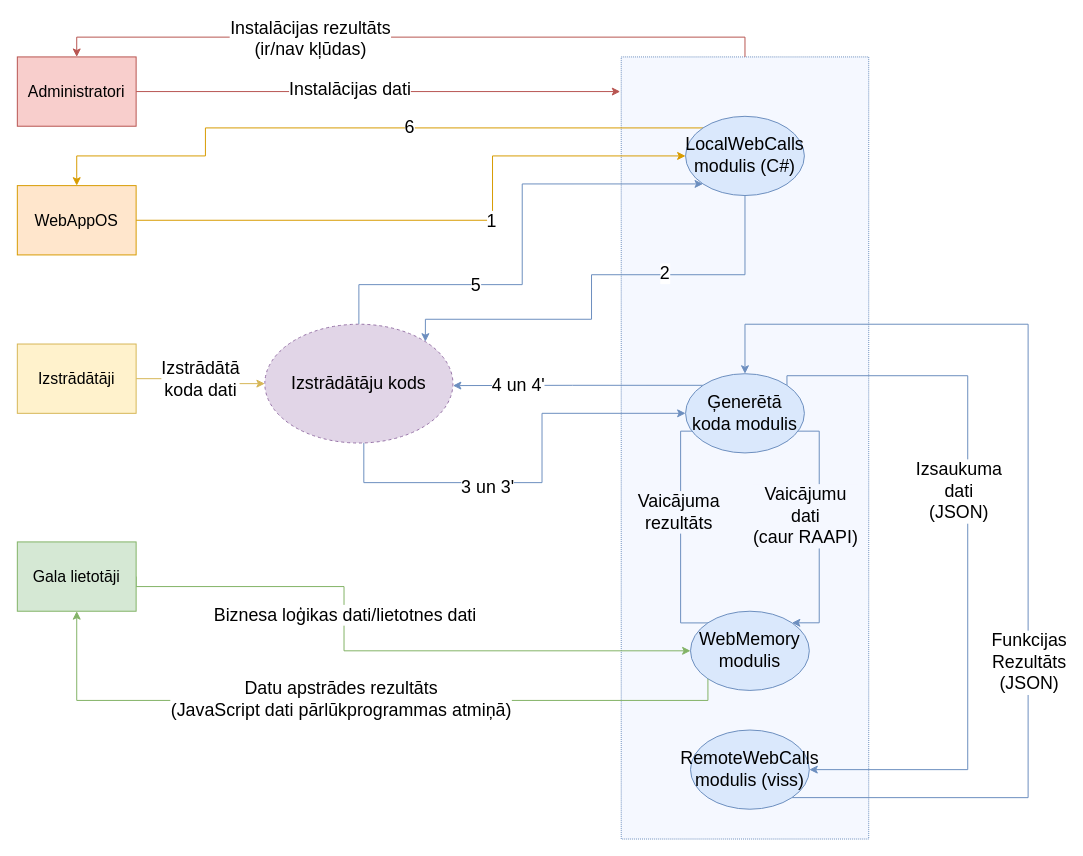
Earlier version of the draw.io diagram page "1. level part 2" (3 of 9) of src/Qualification project/Documentation/Diagrammas/DPD.drawio (artiks12/webAppOS). Source tidied: cells renumbered, new cells numbered last; positions are measured from the earlier drawing's top-left corner, leaving out a move shared by most shapes. Both pictures are drawn from the tidied source at 99%, with x=0, y=0 at pixel (17, 56).
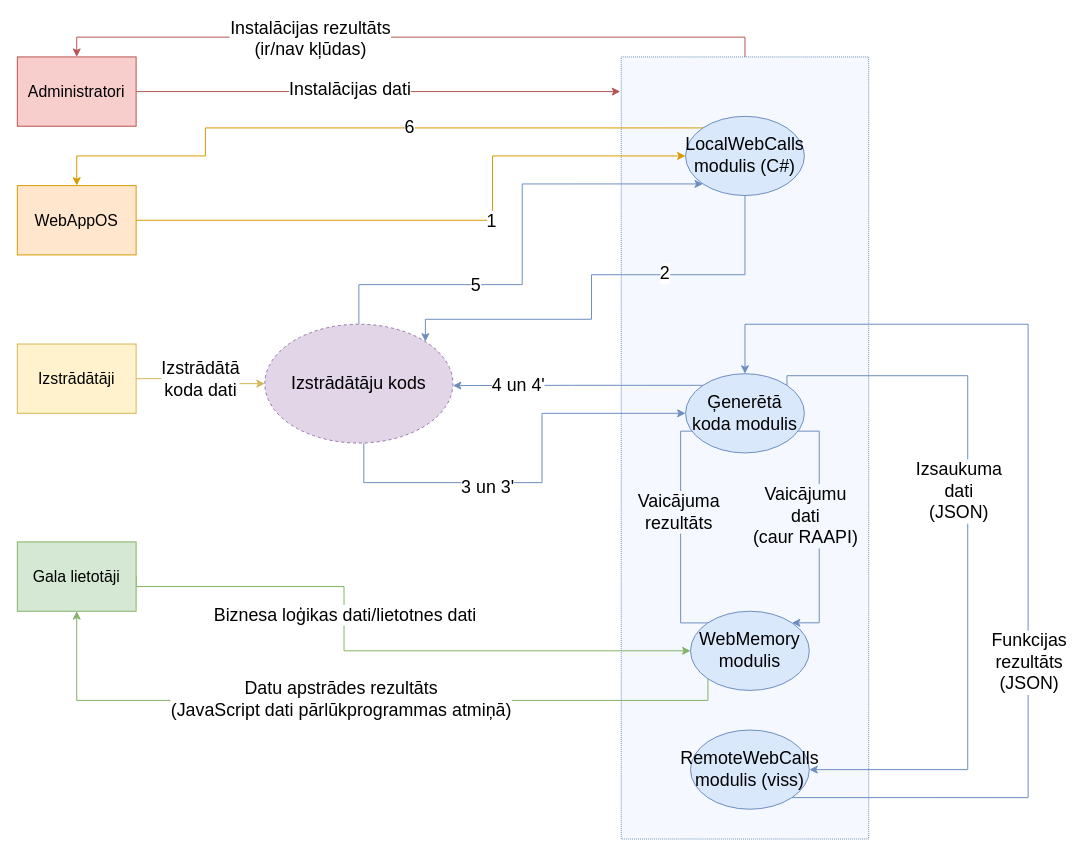
The same diagram, later.

The change refers to these unchanged cells:
```xml
<mxCell id="26" style="edgeStyle=orthogonalEdgeStyle;rounded=0;jettySize=auto;html=1;exitX=1;exitY=1;exitDx=0;exitDy=0;entryX=0.5;entryY=0;entryDx=0;entryDy=0;fillColor=#dae8fc;strokeColor=#6c8ebf;" parent="1" edge="1" source="28" target="25">
  <mxGeometry relative="1" as="geometry">
    <Array as="points">
      <mxPoint x="1021" y="748" />
      <mxPoint x="1021" y="270" />
      <mxPoint x="735" y="270" />
    </Array>
  </mxGeometry>
</mxCell>
```

Change to the diagram source:
```diff
@@
-    <mxCell id="27" value="&lt;font style=&quot;font-size: 18px&quot;&gt;Funkcijas&lt;br&gt;Rezultāts &lt;br&gt;(JSON)&lt;br&gt;&lt;/font&gt;" style="edgeLabel;html=1;align=center;verticalAlign=middle;" parent="26" vertex="1">
+    <mxCell id="27" value="&lt;font style=&quot;font-size: 18px&quot;&gt;Funkcijas&lt;br&gt;rezultāts &lt;br&gt;(JSON)&lt;br&gt;&lt;/font&gt;" style="edgeLabel;html=1;align=center;verticalAlign=middle;" parent="26" vertex="1">
       <mxGeometry x="-0.17" y="-2" relative="1" as="geometry">
         <mxPoint x="-2" y="62" as="offset" />
       </mxGeometry>
     </mxCell>
```
